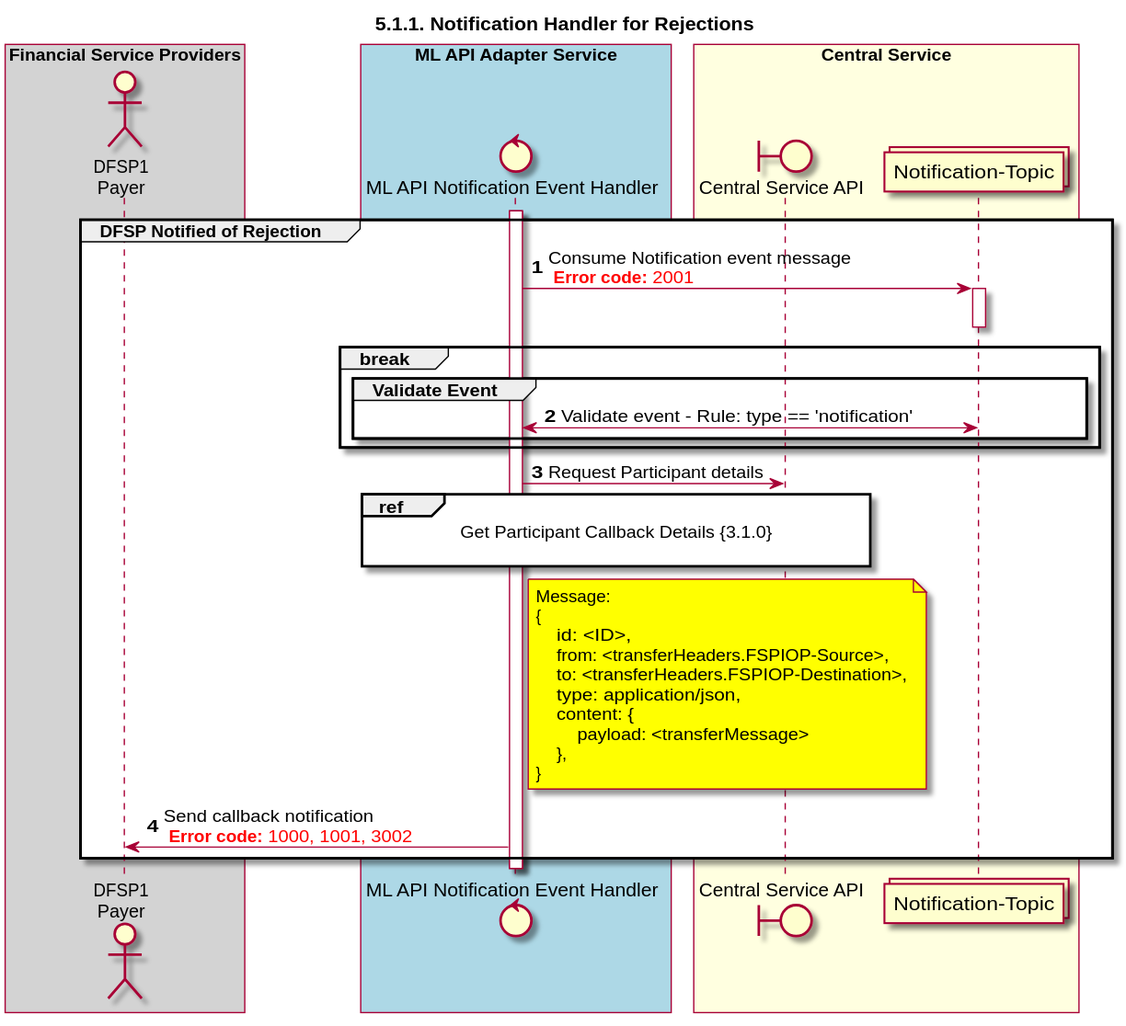
Before: CentralServices/seq_diagrams/seq-notification-reject-5.1.1.svg, a diagram exported from PlantUML (HenkKodde/docs).
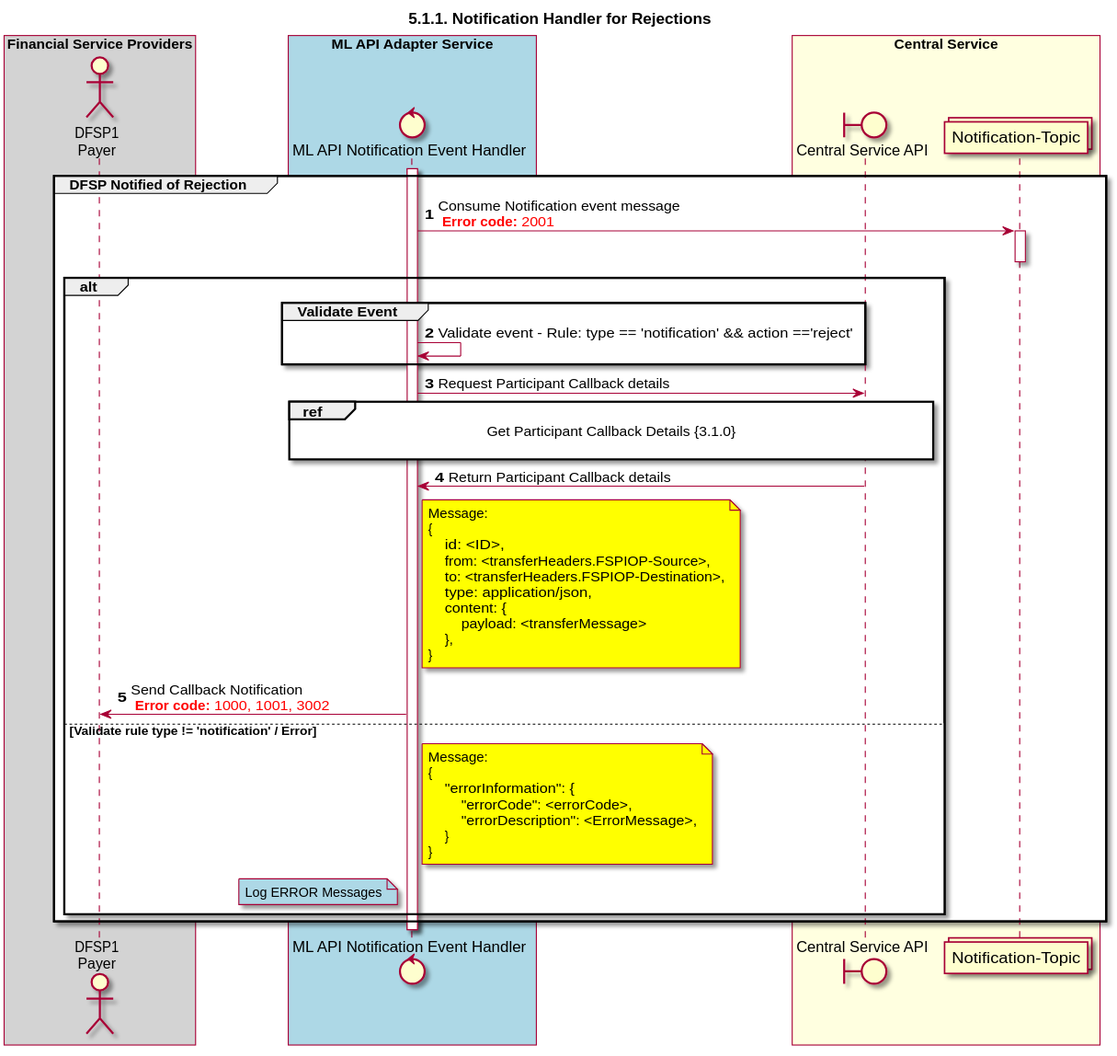
After the commit.

Commit message:
Create Notification Reject UML process. v2.0

Diff of the diagram source:
```diff
@@ -23,17 +23,18 @@
 end box
 
 activate NOTIFY_HANDLER
+
 group DFSP Notified of Rejection
     NOTIFY_HANDLER -> TOPIC_NOTIFICATIONS: Consume Notification event message \n <color #FF0000><b>Error code:</b> 2001 </color>
     activate TOPIC_NOTIFICATIONS
     deactivate TOPIC_NOTIFICATIONS
-        break
-            group Validate Event
-                NOTIFY_HANDLER <-> TOPIC_NOTIFICATIONS: Validate event - Rule: type == 'notification'
-            end
+    alt
+        group Validate Event
+            NOTIFY_HANDLER <-> NOTIFY_HANDLER: Validate event - Rule: type == 'notification' && action =='reject'
         end
-    NOTIFY_HANDLER -> CSAPI: Request Participant details
-    ref over NOTIFY_HANDLER, CSAPI: Get Participant Callback Details {3.1.0} \n
+        NOTIFY_HANDLER -> CSAPI: Request Participant Callback details
+        ref over NOTIFY_HANDLER, CSAPI: Get Participant Callback Details {3.1.0} \n
+        NOTIFY_HANDLER <- CSAPI: Return Participant Callback details
         note right of NOTIFY_HANDLER #yellow
             Message:
             {
@@ -47,7 +48,22 @@
             }
         end note
 
-    NOTIFY_HANDLER -> DFSP1: Send callback notification \n <color #FF0000><b>Error code:</b> 1000, 1001, 3002 </color>
+        NOTIFY_HANDLER -> DFSP1: Send Callback Notification \n <color #FF0000><b>Error code:</b> 1000, 1001, 3002 </color>
+    else Validate rule type != 'notification' / Error
+        note right of NOTIFY_HANDLER #yellow
+            Message:
+            {
+                "errorInformation": {
+                    "errorCode": <errorCode>,
+                    "errorDescription": <ErrorMessage>,
+                }
+            }
+        end note
+
+        note left of NOTIFY_HANDLER #lightblue
+            Log ERROR Messages
+        end note
+    end
 end
 deactivate TOPIC_NOTIFICATIONS
 
```
